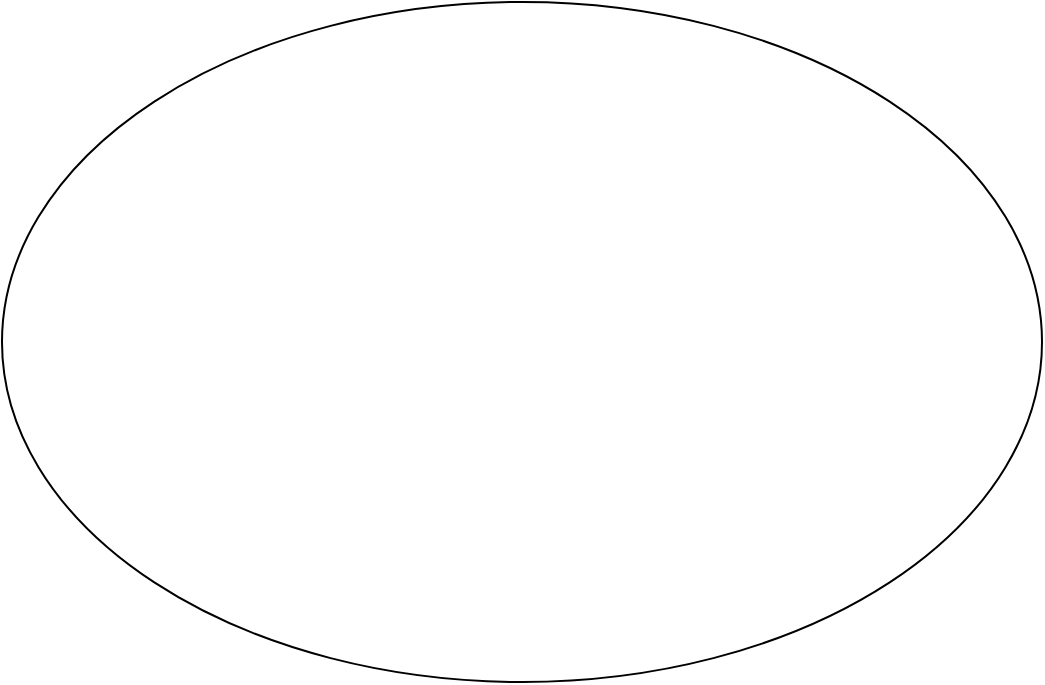
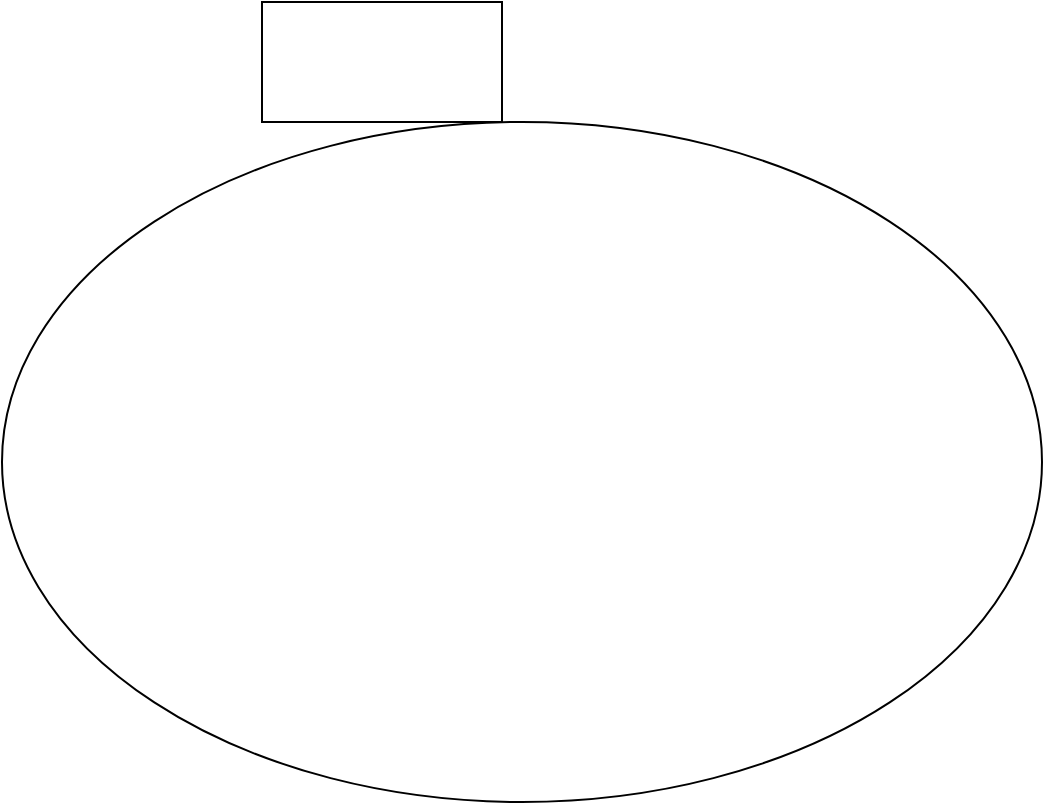
<mxfile host="app.diagrams.net">
  <diagram name="Page-1" id="-YqvBdWR7zro55ob8_1u">
-     <mxGraphModel dx="1751" dy="1297" grid="1" gridSize="10" guides="1" tooltips="1" connect="1" arrows="1" fold="1" page="1" pageScale="1" pageWidth="850" pageHeight="1100" math="0" shadow="0">
+     <mxGraphModel dx="1285" dy="884" grid="1" gridSize="10" guides="1" tooltips="1" connect="1" arrows="1" fold="1" page="1" pageScale="1" pageWidth="850" pageHeight="1100" math="0" shadow="0">
      <root>
        <mxCell id="0" />
        <mxCell id="1" parent="0" />
+         <mxCell id="RQ4iDtULFbQVQAsrP63g-1" parent="1" style="rounded=0;whiteSpace=wrap;html=1;" value="" vertex="1">
+           <mxGeometry height="60" width="120" x="310" y="300" as="geometry" />
+         </mxCell>
        <mxCell id="8XHpte4TAbmiQBw6fVji-1" parent="1" style="ellipse;whiteSpace=wrap;html=1;" value="" vertex="1">
          <mxGeometry height="340" width="520" x="180" y="360" as="geometry" />
        </mxCell>
      </root>
    </mxGraphModel>
  </diagram>
</mxfile>
